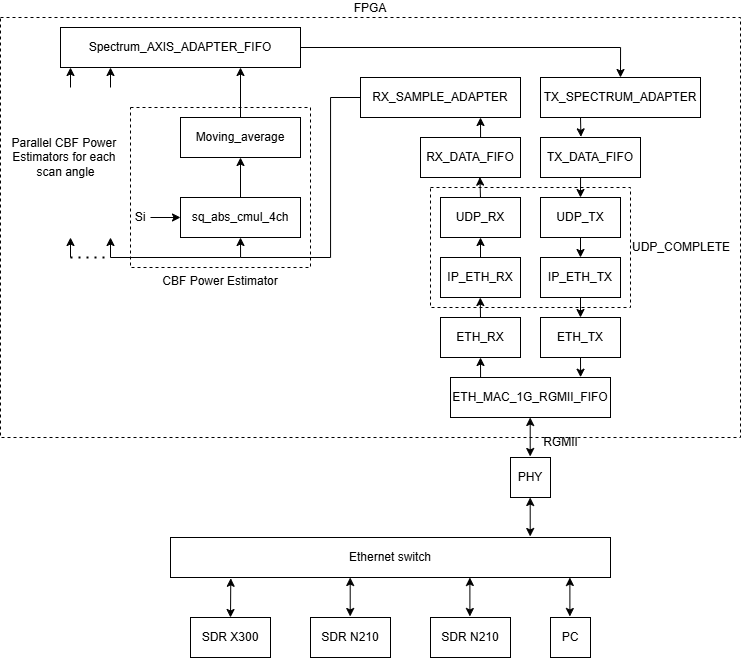
Niclasapdk/esd5_project keeps this draw.io diagram as gitfigures/system_design/fpga/fpgamvp.png. Above is the earlier version. Source tidied: cells renumbered, new cells last; positions are measured from the earlier drawing's top-left corner, leaving out a move shared by most shapes. Source of this version:
```xml
<mxGraphModel>
  <root>
    <mxCell id="0" />
    <mxCell id="1" parent="0" />
    <mxCell id="2" value="UDP_COMPLETE" style="rounded=0;whiteSpace=wrap;html=1;fillColor=none;dashed=1;labelPosition=right;verticalLabelPosition=middle;align=left;verticalAlign=middle;rotation=0;" parent="1" vertex="1">
      <mxGeometry x="430" y="170" width="200" height="120" as="geometry" />
    </mxCell>
    <mxCell id="3" value="CBF Power Estimator" style="rounded=0;whiteSpace=wrap;html=1;fillColor=none;dashed=1;labelPosition=center;verticalLabelPosition=bottom;align=center;verticalAlign=top;rotation=0;" parent="1" vertex="1">
      <mxGeometry x="130" y="90" width="180" height="160" as="geometry" />
    </mxCell>
    <mxCell id="4" value="PC" style="rounded=0;whiteSpace=wrap;html=1;rotation=0;" parent="1" vertex="1">
      <mxGeometry x="550" y="600" width="40" height="40" as="geometry" />
    </mxCell>
    <mxCell id="5" value="SDR N210" style="rounded=0;whiteSpace=wrap;html=1;rotation=0;" parent="1" vertex="1">
      <mxGeometry x="430" y="600" width="80" height="40" as="geometry" />
    </mxCell>
    <mxCell id="6" value="Ethernet switch" style="rounded=0;whiteSpace=wrap;html=1;labelPosition=center;verticalLabelPosition=middle;align=center;verticalAlign=middle;rotation=0;" parent="1" vertex="1">
      <mxGeometry x="170" y="520" width="440" height="40" as="geometry" />
    </mxCell>
    <mxCell id="7" value="PHY" style="rounded=0;whiteSpace=wrap;html=1;rotation=0;" parent="1" vertex="1">
      <mxGeometry x="510" y="440" width="40" height="40" as="geometry" />
    </mxCell>
    <mxCell id="8" value="SDR N210" style="rounded=0;whiteSpace=wrap;html=1;rotation=0;" parent="1" vertex="1">
      <mxGeometry x="310" y="600" width="80" height="40" as="geometry" />
    </mxCell>
    <mxCell id="9" value="SDR X300" style="rounded=0;whiteSpace=wrap;html=1;rotation=0;" parent="1" vertex="1">
      <mxGeometry x="190" y="600" width="80" height="40" as="geometry" />
    </mxCell>
    <mxCell id="10" style="edgeStyle=orthogonalEdgeStyle;rounded=0;jettySize=auto;html=1;exitX=0.25;exitY=0;exitDx=0;exitDy=0;entryX=0.5;entryY=1;entryDx=0;entryDy=0;" parent="1" edge="1" source="11" target="13">
      <mxGeometry relative="1" as="geometry" />
    </mxCell>
    <mxCell id="11" value="ETH_MAC_1G_RGMII_FIFO" style="rounded=0;whiteSpace=wrap;html=1;rotation=0;" parent="1" vertex="1">
      <mxGeometry x="450" y="360" width="160" height="40" as="geometry" />
    </mxCell>
    <mxCell id="12" value="ETH_TX" style="rounded=0;whiteSpace=wrap;html=1;rotation=0;" parent="1" vertex="1">
      <mxGeometry x="540" y="300" width="80" height="40" as="geometry" />
    </mxCell>
    <mxCell id="13" value="ETH_RX" style="rounded=0;whiteSpace=wrap;html=1;rotation=0;" parent="1" vertex="1">
      <mxGeometry x="440" y="300" width="80" height="40" as="geometry" />
    </mxCell>
    <mxCell id="14" style="edgeStyle=orthogonalEdgeStyle;rounded=0;jettySize=auto;html=1;exitX=0.5;exitY=0;exitDx=0;exitDy=0;entryX=0.75;entryY=1;entryDx=0;entryDy=0;" parent="1" edge="1" source="15" target="17">
      <mxGeometry relative="1" as="geometry" />
    </mxCell>
    <mxCell id="15" value="RX_DATA_FIFO" style="rounded=0;whiteSpace=wrap;html=1;rotation=0;" parent="1" vertex="1">
      <mxGeometry x="420" y="120" width="100" height="40" as="geometry" />
    </mxCell>
    <mxCell id="16" style="edgeStyle=orthogonalEdgeStyle;rounded=0;jettySize=auto;html=1;exitX=0;exitY=0.5;exitDx=0;exitDy=0;entryX=0.5;entryY=1;entryDx=0;entryDy=0;" parent="1" edge="1" source="17" target="19">
      <mxGeometry relative="1" as="geometry">
        <Array as="points">
          <mxPoint x="330" y="80" />
          <mxPoint x="330" y="240" />
          <mxPoint x="240" y="240" />
        </Array>
      </mxGeometry>
    </mxCell>
    <mxCell id="17" value="RX_SAMPLE_ADAPTER" style="rounded=0;whiteSpace=wrap;html=1;rotation=0;" parent="1" vertex="1">
      <mxGeometry x="360" y="60" width="160" height="40" as="geometry" />
    </mxCell>
    <mxCell id="18" style="edgeStyle=orthogonalEdgeStyle;rounded=0;jettySize=auto;html=1;exitX=0.5;exitY=0;exitDx=0;exitDy=0;entryX=0.5;entryY=1;entryDx=0;entryDy=0;" parent="1" edge="1" source="19" target="21">
      <mxGeometry relative="1" as="geometry" />
    </mxCell>
    <mxCell id="19" value="sq_abs_cmul_4ch" style="rounded=0;whiteSpace=wrap;html=1;rotation=0;" parent="1" vertex="1">
      <mxGeometry x="180" y="180" width="120" height="40" as="geometry" />
    </mxCell>
    <mxCell id="20" style="edgeStyle=orthogonalEdgeStyle;rounded=0;jettySize=auto;html=1;exitX=0.5;exitY=0;exitDx=0;exitDy=0;entryX=0.75;entryY=1;entryDx=0;entryDy=0;" parent="1" edge="1" source="21" target="25">
      <mxGeometry relative="1" as="geometry" />
    </mxCell>
    <mxCell id="21" value="Moving_average" style="rounded=0;whiteSpace=wrap;html=1;rotation=0;" parent="1" vertex="1">
      <mxGeometry x="180" y="100" width="120" height="40" as="geometry" />
    </mxCell>
    <mxCell id="22" style="edgeStyle=orthogonalEdgeStyle;rounded=0;jettySize=auto;html=1;exitX=1;exitY=0.5;exitDx=0;exitDy=0;entryX=0;entryY=0.5;entryDx=0;entryDy=0;" parent="1" edge="1" source="23" target="19">
      <mxGeometry relative="1" as="geometry" />
    </mxCell>
    <mxCell id="23" value="Si" style="text;html=1;align=center;verticalAlign=middle;whiteSpace=wrap;rounded=0;rotation=0;" parent="1" vertex="1">
      <mxGeometry x="130" y="185" width="20" height="30" as="geometry" />
    </mxCell>
    <mxCell id="24" style="edgeStyle=orthogonalEdgeStyle;rounded=0;jettySize=auto;html=1;exitX=1;exitY=0.5;exitDx=0;exitDy=0;entryX=0.5;entryY=0;entryDx=0;entryDy=0;" parent="1" edge="1" source="25" target="41">
      <mxGeometry relative="1" as="geometry" />
    </mxCell>
    <mxCell id="25" value="Spectrum_AXIS_ADAPTER_FIFO" style="rounded=0;whiteSpace=wrap;html=1;rotation=0;" parent="1" vertex="1">
      <mxGeometry x="60" y="10" width="240" height="40" as="geometry" />
    </mxCell>
    <mxCell id="26" style="endArrow=classic;startArrow=classic;html=1;rounded=0;entryX=0.5;entryY=0;entryDx=0;entryDy=0;exitX=0.137;exitY=1.02;exitDx=0;exitDy=0;exitPerimeter=0;" parent="1" edge="1" source="6" target="9">
      <mxGeometry relative="1" as="geometry" />
    </mxCell>
    <mxCell id="27" style="endArrow=classic;startArrow=classic;html=1;rounded=0;entryX=0.5;entryY=0;entryDx=0;entryDy=0;exitX=0.137;exitY=1.02;exitDx=0;exitDy=0;exitPerimeter=0;" parent="1" edge="1">
      <mxGeometry relative="1" as="geometry">
        <mxPoint x="349.7" y="560" as="sourcePoint" />
        <mxPoint x="349.7" y="599" as="targetPoint" />
      </mxGeometry>
    </mxCell>
    <mxCell id="28" style="endArrow=classic;startArrow=classic;html=1;rounded=0;entryX=0.5;entryY=0;entryDx=0;entryDy=0;exitX=0.137;exitY=1.02;exitDx=0;exitDy=0;exitPerimeter=0;" parent="1" edge="1">
      <mxGeometry relative="1" as="geometry">
        <mxPoint x="469.4" y="560" as="sourcePoint" />
        <mxPoint x="469.4" y="599" as="targetPoint" />
      </mxGeometry>
    </mxCell>
    <mxCell id="29" style="endArrow=classic;startArrow=classic;html=1;rounded=0;entryX=0.5;entryY=0;entryDx=0;entryDy=0;exitX=0.137;exitY=1.02;exitDx=0;exitDy=0;exitPerimeter=0;" parent="1" edge="1">
      <mxGeometry relative="1" as="geometry">
        <mxPoint x="569.4" y="560" as="sourcePoint" />
        <mxPoint x="569.4" y="599" as="targetPoint" />
      </mxGeometry>
    </mxCell>
    <mxCell id="30" style="endArrow=classic;startArrow=classic;html=1;rounded=0;entryX=0.5;entryY=0;entryDx=0;entryDy=0;exitX=0.137;exitY=1.02;exitDx=0;exitDy=0;exitPerimeter=0;" parent="1" edge="1">
      <mxGeometry relative="1" as="geometry">
        <mxPoint x="529.7" y="480" as="sourcePoint" />
        <mxPoint x="529.7" y="519" as="targetPoint" />
      </mxGeometry>
    </mxCell>
    <mxCell id="31" style="endArrow=classic;startArrow=classic;html=1;rounded=0;entryX=0.5;entryY=0;entryDx=0;entryDy=0;exitX=0.137;exitY=1.02;exitDx=0;exitDy=0;exitPerimeter=0;" parent="1" edge="1">
      <mxGeometry relative="1" as="geometry">
        <mxPoint x="529.7" y="400" as="sourcePoint" />
        <mxPoint x="529.7" y="439" as="targetPoint" />
      </mxGeometry>
    </mxCell>
    <mxCell id="32" style="edgeStyle=orthogonalEdgeStyle;rounded=0;jettySize=auto;html=1;exitX=0.5;exitY=0;exitDx=0;exitDy=0;entryX=0.5;entryY=1;entryDx=0;entryDy=0;" parent="1" edge="1" source="33" target="36">
      <mxGeometry relative="1" as="geometry" />
    </mxCell>
    <mxCell id="33" value="IP_ETH_RX" style="rounded=0;whiteSpace=wrap;html=1;rotation=0;" parent="1" vertex="1">
      <mxGeometry x="440" y="240" width="80" height="40" as="geometry" />
    </mxCell>
    <mxCell id="34" style="edgeStyle=orthogonalEdgeStyle;rounded=0;jettySize=auto;html=1;exitX=0.5;exitY=1;exitDx=0;exitDy=0;entryX=0.5;entryY=0;entryDx=0;entryDy=0;" parent="1" edge="1" source="35" target="12">
      <mxGeometry relative="1" as="geometry" />
    </mxCell>
    <mxCell id="35" value="IP_ETH_TX" style="rounded=0;whiteSpace=wrap;html=1;rotation=0;" parent="1" vertex="1">
      <mxGeometry x="540" y="240" width="80" height="40" as="geometry" />
    </mxCell>
    <mxCell id="36" value="UDP_RX" style="rounded=0;whiteSpace=wrap;html=1;rotation=0;" parent="1" vertex="1">
      <mxGeometry x="440" y="180" width="80" height="40" as="geometry" />
    </mxCell>
    <mxCell id="37" style="edgeStyle=orthogonalEdgeStyle;rounded=0;jettySize=auto;html=1;exitX=0.5;exitY=1;exitDx=0;exitDy=0;entryX=0.5;entryY=0;entryDx=0;entryDy=0;" parent="1" edge="1" source="38" target="35">
      <mxGeometry relative="1" as="geometry" />
    </mxCell>
    <mxCell id="38" value="UDP_TX" style="rounded=0;whiteSpace=wrap;html=1;rotation=0;" parent="1" vertex="1">
      <mxGeometry x="540" y="180" width="80" height="40" as="geometry" />
    </mxCell>
    <mxCell id="39" style="edgeStyle=orthogonalEdgeStyle;rounded=0;jettySize=auto;html=1;exitX=0.5;exitY=1;exitDx=0;exitDy=0;entryX=0.5;entryY=0;entryDx=0;entryDy=0;" parent="1" edge="1" source="40" target="38">
      <mxGeometry relative="1" as="geometry" />
    </mxCell>
    <mxCell id="40" value="TX_DATA_FIFO" style="rounded=0;whiteSpace=wrap;html=1;rotation=0;" parent="1" vertex="1">
      <mxGeometry x="540" y="120" width="100" height="40" as="geometry" />
    </mxCell>
    <mxCell id="41" value="TX_SPECTRUM_ADAPTER" style="rounded=0;whiteSpace=wrap;html=1;rotation=0;" parent="1" vertex="1">
      <mxGeometry x="540" y="60" width="160" height="40" as="geometry" />
    </mxCell>
    <mxCell id="42" style="edgeStyle=orthogonalEdgeStyle;rounded=0;jettySize=auto;html=1;exitX=0.5;exitY=0;exitDx=0;exitDy=0;entryX=0.249;entryY=0.917;entryDx=0;entryDy=0;entryPerimeter=0;" parent="1" edge="1" source="13" target="2">
      <mxGeometry relative="1" as="geometry" />
    </mxCell>
    <mxCell id="43" style="edgeStyle=orthogonalEdgeStyle;rounded=0;jettySize=auto;html=1;exitX=0.5;exitY=1;exitDx=0;exitDy=0;entryX=0.813;entryY=-0.007;entryDx=0;entryDy=0;entryPerimeter=0;" parent="1" edge="1" source="12" target="11">
      <mxGeometry relative="1" as="geometry" />
    </mxCell>
    <mxCell id="44" style="edgeStyle=orthogonalEdgeStyle;rounded=0;jettySize=auto;html=1;exitX=0.5;exitY=0;exitDx=0;exitDy=0;entryX=0.594;entryY=0.991;entryDx=0;entryDy=0;entryPerimeter=0;" parent="1" edge="1" source="36" target="15">
      <mxGeometry relative="1" as="geometry" />
    </mxCell>
    <mxCell id="45" style="edgeStyle=orthogonalEdgeStyle;rounded=0;jettySize=auto;html=1;exitX=0.25;exitY=1;exitDx=0;exitDy=0;entryX=0.404;entryY=-0.016;entryDx=0;entryDy=0;entryPerimeter=0;" parent="1" edge="1" source="41" target="40">
      <mxGeometry relative="1" as="geometry" />
    </mxCell>
    <mxCell id="46" value="RGMII" style="text;html=1;align=center;verticalAlign=middle;strokeColor=none;fillColor=none;" parent="1" vertex="1">
      <mxGeometry x="530" y="410" width="60" height="30" as="geometry" />
    </mxCell>
    <mxCell id="47" style="endArrow=classic;html=1;rounded=0;" parent="1" edge="1">
      <mxGeometry relative="1" as="geometry">
        <mxPoint x="110" y="240" as="sourcePoint" />
        <mxPoint x="110" y="220" as="targetPoint" />
      </mxGeometry>
    </mxCell>
    <mxCell id="48" style="endArrow=classic;html=1;rounded=0;" parent="1" edge="1">
      <mxGeometry relative="1" as="geometry">
        <mxPoint x="70" y="240" as="sourcePoint" />
        <mxPoint x="70" y="220" as="targetPoint" />
      </mxGeometry>
    </mxCell>
    <mxCell id="49" style="endArrow=classic;html=1;rounded=0;" parent="1" edge="1">
      <mxGeometry relative="1" as="geometry">
        <mxPoint x="110" y="70" as="sourcePoint" />
        <mxPoint x="110" y="50" as="targetPoint" />
      </mxGeometry>
    </mxCell>
    <mxCell id="50" style="endArrow=classic;html=1;rounded=0;" parent="1" edge="1">
      <mxGeometry relative="1" as="geometry">
        <mxPoint x="70" y="70" as="sourcePoint" />
        <mxPoint x="70" y="50" as="targetPoint" />
      </mxGeometry>
    </mxCell>
    <mxCell id="51" style="endArrow=none;html=1;rounded=0;" parent="1" edge="1">
      <mxGeometry relative="1" as="geometry">
        <mxPoint x="110" y="240" as="sourcePoint" />
        <mxPoint x="240" y="240" as="targetPoint" />
      </mxGeometry>
    </mxCell>
    <mxCell id="52" style="endArrow=none;dashed=1;html=1;dashPattern=1 3;strokeWidth=2;rounded=0;" parent="1" edge="1">
      <mxGeometry relative="1" as="geometry">
        <mxPoint x="70" y="240" as="sourcePoint" />
        <mxPoint x="110" y="240" as="targetPoint" />
      </mxGeometry>
    </mxCell>
    <mxCell id="53" value="Parallel CBF Power&amp;nbsp;&lt;div&gt;Estimators for each&amp;nbsp;&lt;/div&gt;&lt;div&gt;scan angle&lt;/div&gt;" style="text;html=1;align=center;verticalAlign=middle;strokeColor=none;fillColor=none;" parent="1" vertex="1">
      <mxGeometry y="110" width="130" height="60" as="geometry" />
    </mxCell>
    <mxCell id="54" value="FPGA" style="rounded=0;whiteSpace=wrap;html=1;fillColor=none;dashed=1;labelPosition=center;verticalLabelPosition=top;align=center;verticalAlign=bottom;rotation=0;" parent="1" vertex="1">
      <mxGeometry width="740" height="420" as="geometry" />
    </mxCell>
  </root>
</mxGraphModel>
```
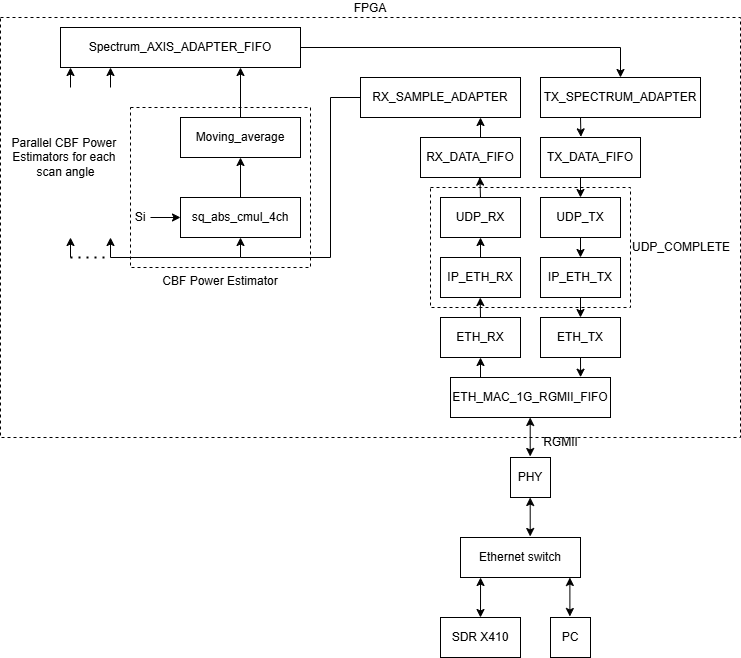
Above is the later version.

The edit, as a diff of the source:
```diff
@@ -11,20 +11,14 @@
     <mxCell id="4" value="PC" style="rounded=0;whiteSpace=wrap;html=1;rotation=0;" parent="1" vertex="1">
       <mxGeometry x="550" y="600" width="40" height="40" as="geometry" />
     </mxCell>
-    <mxCell id="5" value="SDR N210" style="rounded=0;whiteSpace=wrap;html=1;rotation=0;" parent="1" vertex="1">
-      <mxGeometry x="430" y="600" width="80" height="40" as="geometry" />
-    </mxCell>
     <mxCell id="6" value="Ethernet switch" style="rounded=0;whiteSpace=wrap;html=1;labelPosition=center;verticalLabelPosition=middle;align=center;verticalAlign=middle;rotation=0;" parent="1" vertex="1">
-      <mxGeometry x="170" y="520" width="440" height="40" as="geometry" />
+      <mxGeometry x="460" y="520" width="120" height="40" as="geometry" />
     </mxCell>
     <mxCell id="7" value="PHY" style="rounded=0;whiteSpace=wrap;html=1;rotation=0;" parent="1" vertex="1">
       <mxGeometry x="510" y="440" width="40" height="40" as="geometry" />
     </mxCell>
-    <mxCell id="8" value="SDR N210" style="rounded=0;whiteSpace=wrap;html=1;rotation=0;" parent="1" vertex="1">
-      <mxGeometry x="310" y="600" width="80" height="40" as="geometry" />
-    </mxCell>
-    <mxCell id="9" value="SDR X300" style="rounded=0;whiteSpace=wrap;html=1;rotation=0;" parent="1" vertex="1">
-      <mxGeometry x="190" y="600" width="80" height="40" as="geometry" />
+    <mxCell id="9" value="SDR X410" style="rounded=0;whiteSpace=wrap;html=1;rotation=0;" parent="1" vertex="1">
+      <mxGeometry x="440" y="600" width="80" height="40" as="geometry" />
     </mxCell>
     <mxCell id="10" style="edgeStyle=orthogonalEdgeStyle;rounded=0;jettySize=auto;html=1;exitX=0.25;exitY=0;exitDx=0;exitDy=0;entryX=0.5;entryY=1;entryDx=0;entryDy=0;" parent="1" edge="1" source="11" target="13">
       <mxGeometry relative="1" as="geometry" />
@@ -80,21 +74,6 @@
     <mxCell id="25" value="Spectrum_AXIS_ADAPTER_FIFO" style="rounded=0;whiteSpace=wrap;html=1;rotation=0;" parent="1" vertex="1">
       <mxGeometry x="60" y="10" width="240" height="40" as="geometry" />
     </mxCell>
-    <mxCell id="26" style="endArrow=classic;startArrow=classic;html=1;rounded=0;entryX=0.5;entryY=0;entryDx=0;entryDy=0;exitX=0.137;exitY=1.02;exitDx=0;exitDy=0;exitPerimeter=0;" parent="1" edge="1" source="6" target="9">
-      <mxGeometry relative="1" as="geometry" />
-    </mxCell>
-    <mxCell id="27" style="endArrow=classic;startArrow=classic;html=1;rounded=0;entryX=0.5;entryY=0;entryDx=0;entryDy=0;exitX=0.137;exitY=1.02;exitDx=0;exitDy=0;exitPerimeter=0;" parent="1" edge="1">
-      <mxGeometry relative="1" as="geometry">
-        <mxPoint x="349.7" y="560" as="sourcePoint" />
-        <mxPoint x="349.7" y="599" as="targetPoint" />
-      </mxGeometry>
-    </mxCell>
-    <mxCell id="28" style="endArrow=classic;startArrow=classic;html=1;rounded=0;entryX=0.5;entryY=0;entryDx=0;entryDy=0;exitX=0.137;exitY=1.02;exitDx=0;exitDy=0;exitPerimeter=0;" parent="1" edge="1">
-      <mxGeometry relative="1" as="geometry">
-        <mxPoint x="469.4" y="560" as="sourcePoint" />
-        <mxPoint x="469.4" y="599" as="targetPoint" />
-      </mxGeometry>
-    </mxCell>
     <mxCell id="29" style="endArrow=classic;startArrow=classic;html=1;rounded=0;entryX=0.5;entryY=0;entryDx=0;entryDy=0;exitX=0.137;exitY=1.02;exitDx=0;exitDy=0;exitPerimeter=0;" parent="1" edge="1">
       <mxGeometry relative="1" as="geometry">
         <mxPoint x="569.4" y="560" as="sourcePoint" />
@@ -200,5 +179,8 @@
     <mxCell id="54" value="FPGA" style="rounded=0;whiteSpace=wrap;html=1;fillColor=none;dashed=1;labelPosition=center;verticalLabelPosition=top;align=center;verticalAlign=bottom;rotation=0;" parent="1" vertex="1">
       <mxGeometry width="740" height="420" as="geometry" />
     </mxCell>
+    <mxCell id="55" style="edgeStyle=orthogonalEdgeStyle;rounded=0;jettySize=auto;html=1;exitX=0.5;exitY=0;exitDx=0;exitDy=0;entryX=0.167;entryY=1;entryDx=0;entryDy=0;entryPerimeter=0;startArrow=classic;startFill=1;" parent="1" edge="1" source="9" target="6">
+      <mxGeometry relative="1" as="geometry" />
+    </mxCell>
   </root>
 </mxGraphModel>
```
